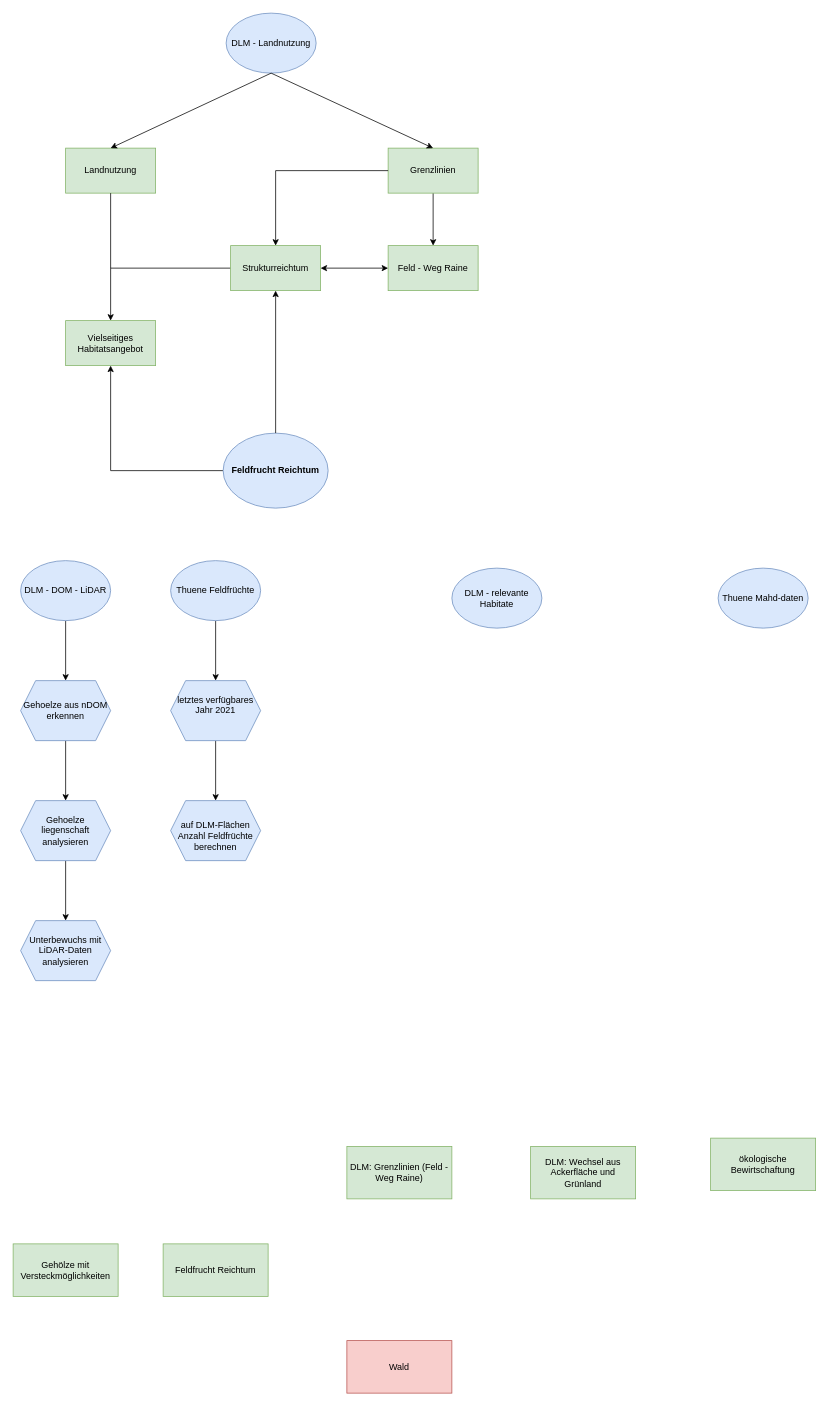
Earlier version of the draw.io diagram Rebhuhn.drawio (luismaecker/Tests). Source tidied: cells renumbered, new cells numbered last; positions are measured from the earlier drawing's top-left corner, leaving out a move shared by most shapes. Both pictures are drawn from the tidied source at 75%, with x=0, y=0 at pixel (13, 13).
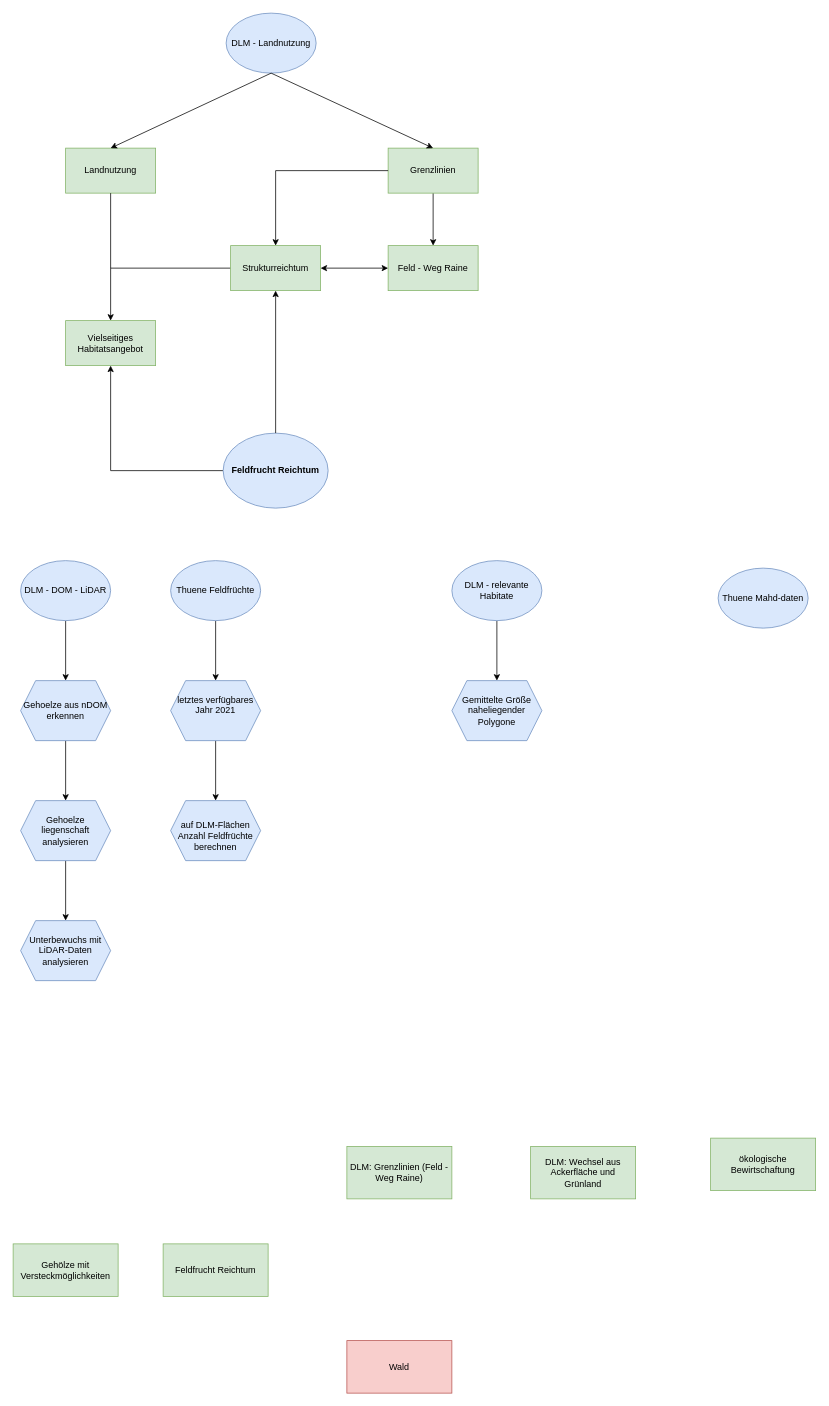
Above is the later version.

What changed in the source:
```diff
@@
+    <mxCell id="38" style="edgeStyle=orthogonalEdgeStyle;rounded=0;jettySize=auto;html=1;" parent="1" edge="1" source="26" target="39">
+      <mxGeometry relative="1" as="geometry" />
+    </mxCell>
     <mxCell id="26" value="DLM - relevante Habitate" style="ellipse;whiteSpace=wrap;html=1;fillColor=#dae8fc;strokeColor=#6c8ebf;" parent="1" vertex="1">
-      <mxGeometry x="585" y="740" width="120" height="80" as="geometry" />
+      <mxGeometry x="585" y="730" width="120" height="80" as="geometry" />
     </mxCell>
@@
+    <mxCell id="39" value="Gemittelte Größe naheliegender Polygone" style="shape=hexagon;perimeter=hexagonPerimeter2;whiteSpace=wrap;html=1;fixedSize=1;fillColor=#dae8fc;strokeColor=#6c8ebf;" parent="1" vertex="1">
+      <mxGeometry x="585" y="890" width="120" height="80" as="geometry" />
+    </mxCell>
```
